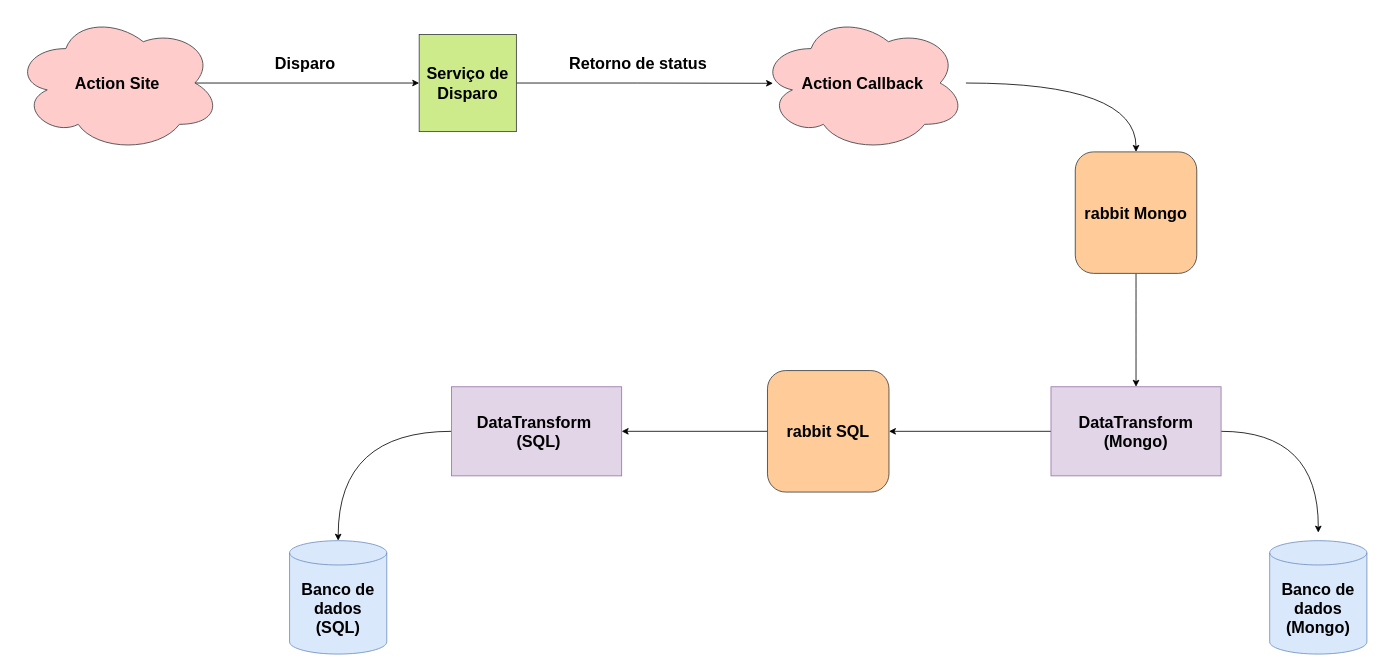
Above: Diagrama sem nome.drawio in MsoaresHiper/hiperDCR (draw.io), before the change. Source tidied: cells renumbered, new cells numbered last; positions are measured from the earlier drawing's top-left corner, leaving out a move shared by most shapes. Both pictures are drawn from the tidied source at 81%, with x=0, y=0 at pixel (14, 14).
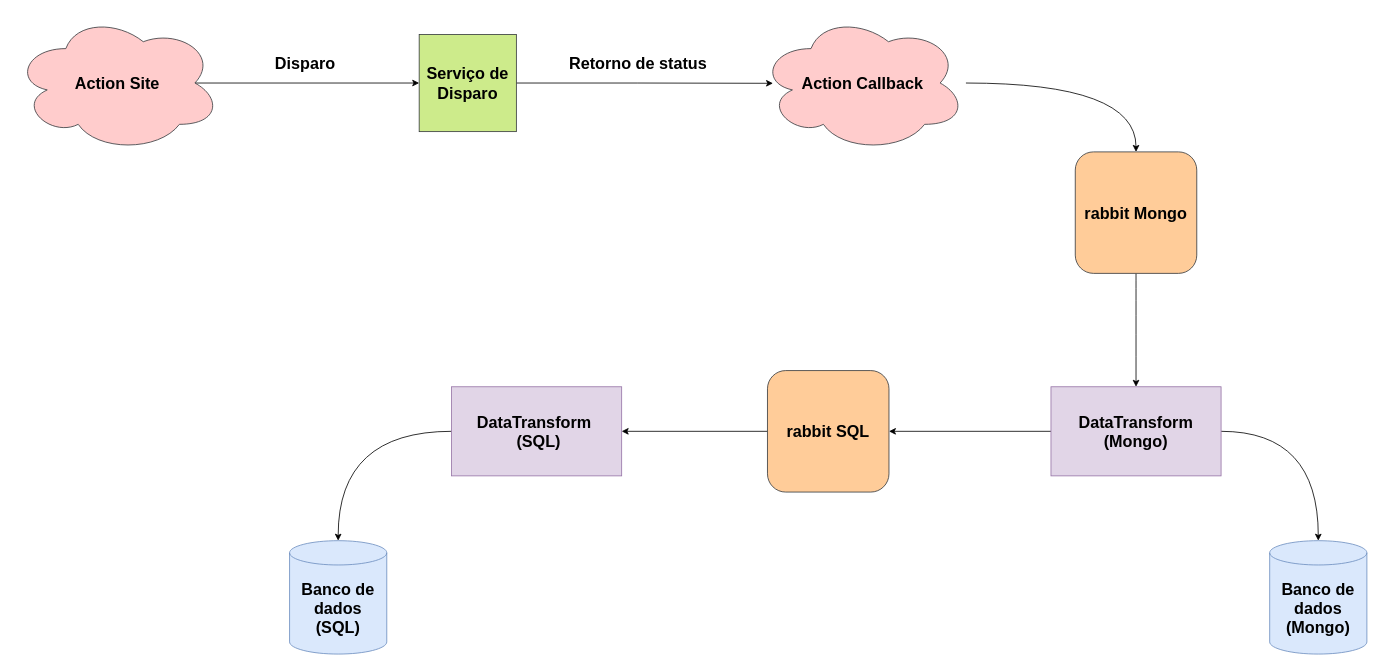
The same page after the edit.

The change refers to these unchanged cells:
```xml
<mxCell id="4" value="&lt;b&gt;Banco de dados (Mongo)&lt;/b&gt;" style="shape=cylinder3;whiteSpace=wrap;html=1;boundedLbl=1;backgroundOutline=1;size=15;fontSize=20;fillColor=#dae8fc;strokeColor=#6c8ebf;" parent="1" vertex="1">
  <mxGeometry x="1550" y="650" width="120" height="140" as="geometry" />
</mxCell>
<mxCell id="17" value="&lt;font style=&quot;font-size: 20px;&quot;&gt;&lt;b&gt;DataTransform (Mongo)&lt;/b&gt;&lt;/font&gt;" style="rounded=0;whiteSpace=wrap;html=1;fillColor=#e1d5e7;strokeColor=#9673a6;" parent="1" vertex="1">
  <mxGeometry x="1280" y="460" width="210" height="110" as="geometry" />
</mxCell>
```

Diff of the diagram source:
```diff
@@
-    <mxCell id="16" style="edgeStyle=orthogonalEdgeStyle;jettySize=auto;html=1;curved=1;" parent="1" edge="1" source="17">
-      <mxGeometry relative="1" as="geometry">
-        <mxPoint x="1610" y="640" as="targetPoint" />
-      </mxGeometry>
+    <mxCell id="16" style="edgeStyle=orthogonalEdgeStyle;jettySize=auto;html=1;curved=1;entryX=0.5;entryY=0;entryDx=0;entryDy=0;entryPerimeter=0;" parent="1" edge="1" source="17" target="4">
+      <mxGeometry relative="1" as="geometry" />
     </mxCell>
```
